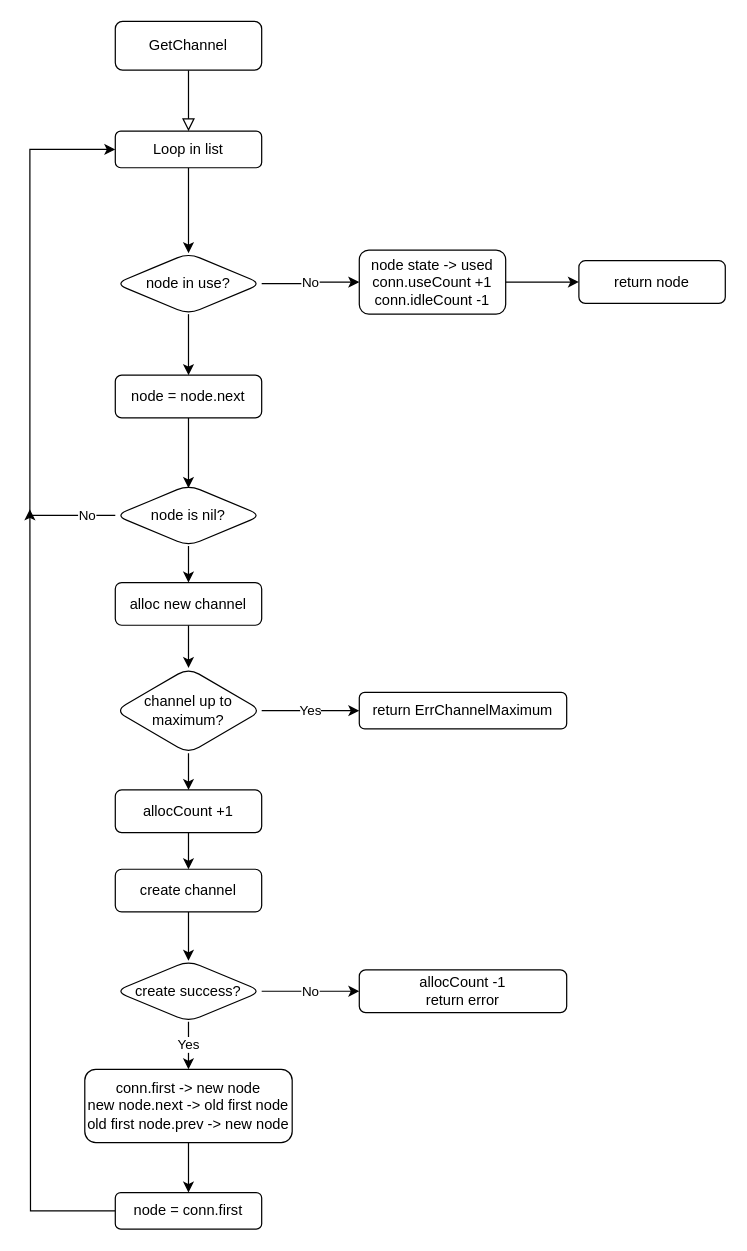
Before: doc/goamqp_connection_get_channel.drawio in shootingfans/goamqp, a draw.io diagram. Source tidied: cells renumbered, new cells numbered last; positions are measured from the earlier drawing's top-left corner, leaving out a move shared by most shapes. Both pictures are drawn from the tidied source at 122%, with x=0, y=0 at pixel (29, 21).
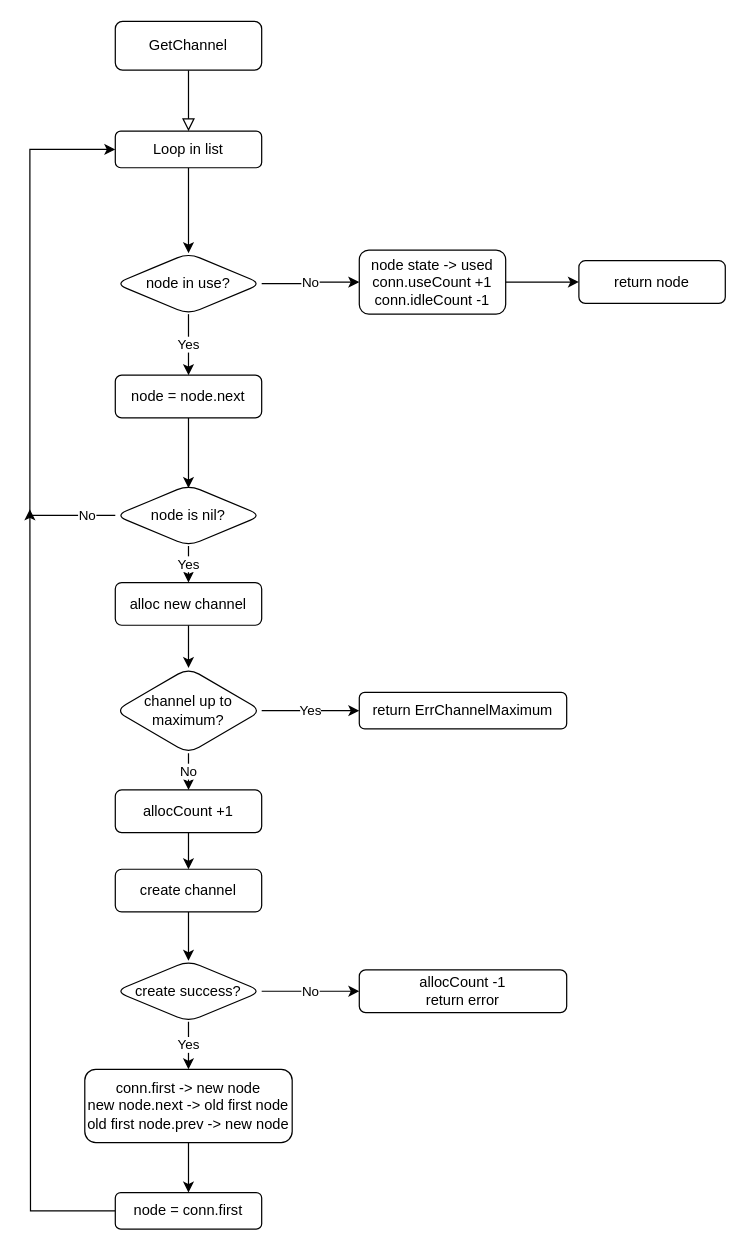
The same diagram, later.

The change refers to these unchanged cells:
```xml
<mxCell id="8" value="node in use?" style="rhombus;whiteSpace=wrap;html=1;rounded=1;" parent="1" vertex="1">
  <mxGeometry x="70" y="190" width="120" height="50" as="geometry" />
</mxCell>
<mxCell id="13" value="node = node.next" style="whiteSpace=wrap;html=1;rounded=1;" parent="1" vertex="1">
  <mxGeometry x="70" y="290" width="120" height="35" as="geometry" />
</mxCell>
<mxCell id="17" value="node is nil?" style="rhombus;whiteSpace=wrap;html=1;rounded=1;" parent="1" vertex="1">
  <mxGeometry x="70" y="380" width="120" height="50" as="geometry" />
</mxCell>
<mxCell id="19" value="alloc new channel" style="rounded=1;whiteSpace=wrap;html=1;" parent="1" vertex="1">
  <mxGeometry x="70" y="460" width="120" height="35" as="geometry" />
</mxCell>
<mxCell id="21" value="allocCount +1" style="rounded=1;whiteSpace=wrap;html=1;" parent="1" vertex="1">
  <mxGeometry x="70" y="630" width="120" height="35" as="geometry" />
</mxCell>
<mxCell id="29" value="channel up to maximum?" style="rhombus;whiteSpace=wrap;html=1;rounded=1;" parent="1" vertex="1">
  <mxGeometry x="70" y="530" width="120" height="70" as="geometry" />
</mxCell>
```

Change to the diagram source:
```diff
@@
-    <mxCell id="7" style="edgeStyle=orthogonalEdgeStyle;rounded=0;jettySize=auto;html=1;entryX=0.5;entryY=0;entryDx=0;entryDy=0;" parent="1" edge="1" source="8" target="13">
+    <mxCell id="7" value="Yes" style="edgeStyle=orthogonalEdgeStyle;rounded=0;jettySize=auto;html=1;entryX=0.5;entryY=0;entryDx=0;entryDy=0;" parent="1" edge="1" source="8" target="13">
       <mxGeometry relative="1" as="geometry" />
     </mxCell>
@@
-    <mxCell id="16" style="edgeStyle=orthogonalEdgeStyle;rounded=0;jettySize=auto;html=1;" parent="1" edge="1" source="17" target="19">
+    <mxCell id="16" value="Yes" style="edgeStyle=orthogonalEdgeStyle;rounded=0;jettySize=auto;html=1;" parent="1" edge="1" source="17" target="19">
       <mxGeometry relative="1" as="geometry" />
     </mxCell>
@@
-    <mxCell id="28" style="edgeStyle=orthogonalEdgeStyle;rounded=0;jettySize=auto;html=1;entryX=0.5;entryY=0;entryDx=0;entryDy=0;" parent="1" edge="1" source="29" target="21">
+    <mxCell id="28" value="No" style="edgeStyle=orthogonalEdgeStyle;rounded=0;jettySize=auto;html=1;entryX=0.5;entryY=0;entryDx=0;entryDy=0;" parent="1" edge="1" source="29" target="21">
       <mxGeometry relative="1" as="geometry" />
     </mxCell>
```
